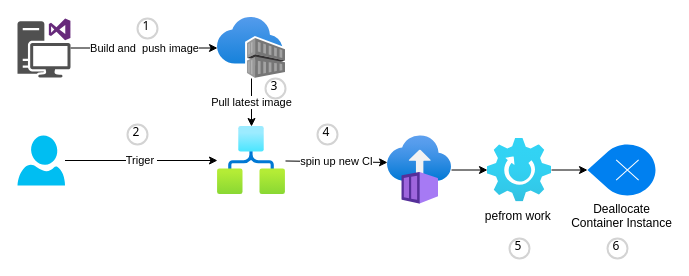
Earlier version of the draw.io diagram doc/img/console-on-ci.drawio (TharinduK/Azure-Console-App-in-Container-Instance). Source tidied: cells renumbered, new cells numbered last; positions are measured from the earlier drawing's top-left corner, leaving out a move shared by most shapes. Both pictures are drawn from the tidied source at 100%, with x=0, y=0 at pixel (17, 17).
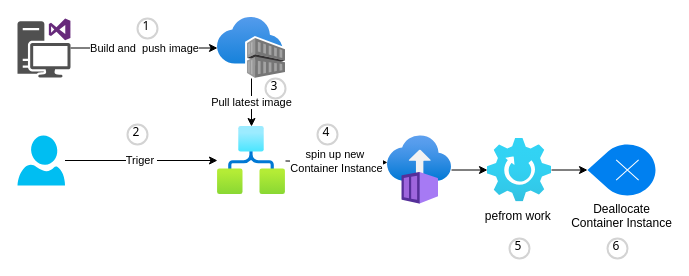
Above is the later version.

Commit message (it also covers changes not shown here):
Update high level workflow

Unchanged cells that the change refers to:
```xml
<mxCell id="3" style="html=1;points=[];align=center;image;fontSize=12;image=img/lib/azure2/internet_of_things/Logic_Apps.svg;" parent="1" vertex="1">
  <mxGeometry x="200" y="109" width="68" height="68" as="geometry" />
</mxCell>
<mxCell id="11" style="html=1;points=[];align=center;image;fontSize=12;image=img/lib/azure2/containers/Container_Instances.svg;" parent="1" vertex="1">
  <mxGeometry x="370" y="118" width="64" height="69" as="geometry" />
</mxCell>
```

What changed in the source:
```diff
@@
-    <mxCell id="2" value="spin up new CI" style="edgeStyle=none;rounded=0;jettySize=auto;html=1;entryX=0;entryY=0.391;entryDx=0;entryDy=0;entryPerimeter=0;" parent="1" edge="1" source="3" target="11">
+    <mxCell id="2" value="spin up new&amp;nbsp;&lt;br&gt;Container Instance" style="edgeStyle=none;rounded=0;jettySize=auto;html=1;entryX=0;entryY=0.391;entryDx=0;entryDy=0;entryPerimeter=0;" parent="1" edge="1" source="3" target="11">
       <mxGeometry relative="1" as="geometry" />
     </mxCell>
```
